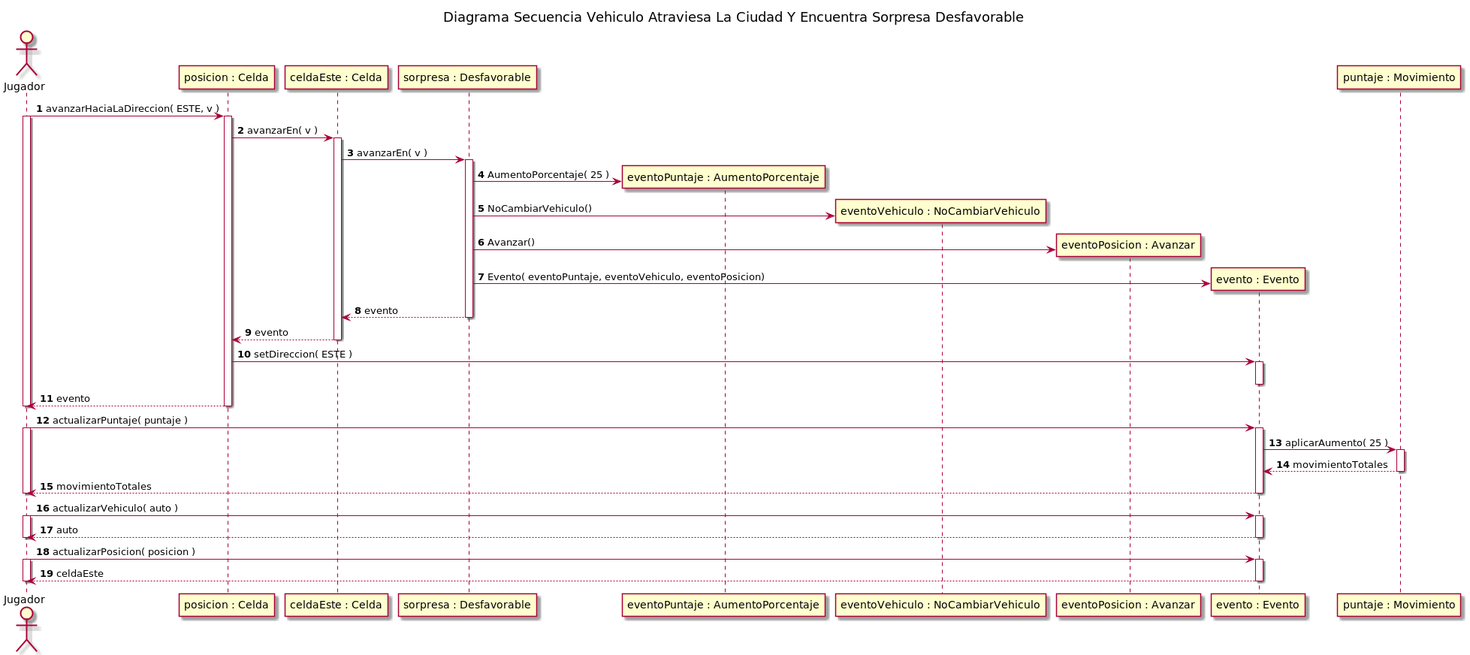
The PlantUML diagram diagrams/sequences/entrega2/img/CasoVehiculoAtraviesaLaCiudadYEncuentraSorpresaDesfavorable.png in rodrigovzq/algo3_tp2, before a commit. The source it was exported from:
```plantuml
@startuml
title Diagrama Secuencia Vehiculo Atraviesa La Ciudad Y Encuentra Sorpresa Desfavorable
autonumber
actor Jugador

Jugador -> "posicion : Celda"++: avanzarHaciaLaDireccion( ESTE, v )
activate Jugador
"posicion : Celda" -> "celdaEste : Celda"++: avanzarEn( v )
"celdaEste : Celda" -> "sorpresa : Desfavorable"++: avanzarEn( v )


create "eventoPuntaje : AumentoPorcentaje"
"sorpresa : Desfavorable"-> "eventoPuntaje : AumentoPorcentaje": AumentoPorcentaje( 25 )


create "eventoVehiculo : NoCambiarVehiculo"
"sorpresa : Desfavorable" -> "eventoVehiculo : NoCambiarVehiculo": NoCambiarVehiculo()


create "eventoPosicion : Avanzar"
"sorpresa : Desfavorable"  -> "eventoPosicion : Avanzar": Avanzar()


create "evento : Evento"
"sorpresa : Desfavorable"  -> "evento : Evento": Evento( eventoPuntaje, eventoVehiculo, eventoPosicion)


"sorpresa : Desfavorable" --> "celdaEste : Celda"--: evento
"celdaEste : Celda" --> "posicion : Celda": evento
deactivate "celdaEste : Celda"


"posicion : Celda" -> "evento : Evento"++: setDireccion( ESTE )
deactivate "evento : Evento"
"posicion : Celda" --> Jugador--: evento
deactivate Jugador


Jugador -> "evento : Evento"++: actualizarPuntaje( puntaje )
activate Jugador
"evento : Evento" -> "puntaje : Movimiento"++: aplicarAumento( 25 )
"puntaje : Movimiento" --> "evento : Evento": movimientoTotales
deactivate "puntaje : Movimiento"
Jugador <-- "evento : Evento"--: movimientoTotales
deactivate Jugador


Jugador -> "evento : Evento"++: actualizarVehiculo( auto )
activate Jugador
Jugador <-- "evento : Evento"--: auto
deactivate Jugador


Jugador -> "evento : Evento"++: actualizarPosicion( posicion )
activate Jugador
Jugador <-- "evento : Evento"--: celdaEste
deactivate Jugador
@enduml
```
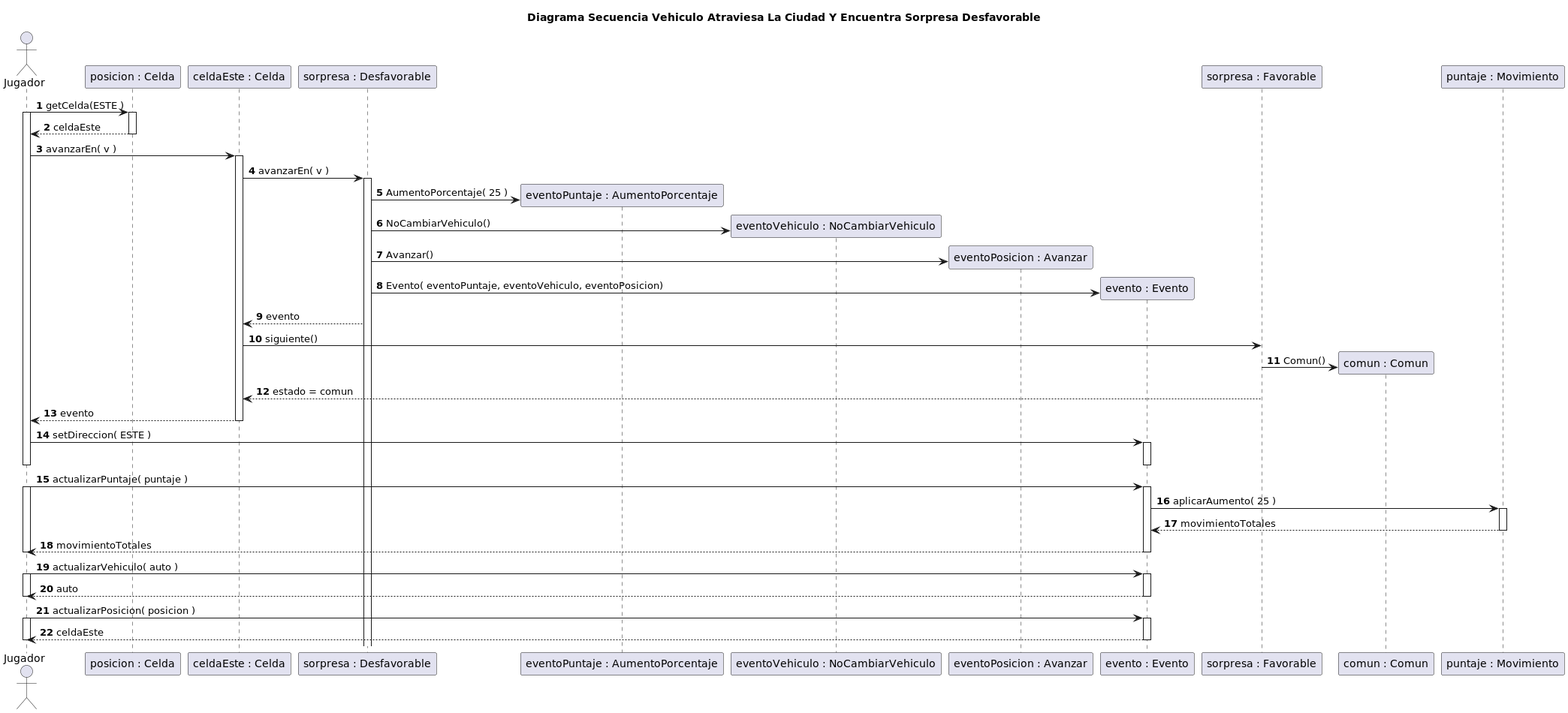
Later version of the same file.

What changed in the source:
```diff
@@ -3,14 +3,17 @@
 autonumber
 actor Jugador
 
-Jugador -> "posicion : Celda"++: avanzarHaciaLaDireccion( ESTE, v )
+Jugador -> "posicion : Celda"++: getCelda(ESTE )
 activate Jugador
-"posicion : Celda" -> "celdaEste : Celda"++: avanzarEn( v )
+"posicion : Celda" --> Jugador: celdaEste
+deactivate "posicion : Celda"
+Jugador -> "celdaEste : Celda"++: avanzarEn( v )
 "celdaEste : Celda" -> "sorpresa : Desfavorable"++: avanzarEn( v )
 
 
 create "eventoPuntaje : AumentoPorcentaje"
 "sorpresa : Desfavorable"-> "eventoPuntaje : AumentoPorcentaje": AumentoPorcentaje( 25 )
+
 
 
 create "eventoVehiculo : NoCambiarVehiculo"
@@ -25,14 +28,17 @@
 "sorpresa : Desfavorable"  -> "evento : Evento": Evento( eventoPuntaje, eventoVehiculo, eventoPosicion)
 
 
-"sorpresa : Desfavorable" --> "celdaEste : Celda"--: evento
-"celdaEste : Celda" --> "posicion : Celda": evento
+"sorpresa : Desfavorable" --> "celdaEste : Celda": evento
+"celdaEste : Celda" -> "sorpresa : Favorable": siguiente()
+create "comun : Comun"
+"sorpresa : Favorable" -> "comun : Comun": Comun()
+"sorpresa : Favorable" --> "celdaEste : Celda"--: estado = comun
+"celdaEste : Celda" --> Jugador: evento
 deactivate "celdaEste : Celda"
 
 
-"posicion : Celda" -> "evento : Evento"++: setDireccion( ESTE )
+Jugador -> "evento : Evento"++: setDireccion( ESTE )
 deactivate "evento : Evento"
-"posicion : Celda" --> Jugador--: evento
 deactivate Jugador
 
 
```
